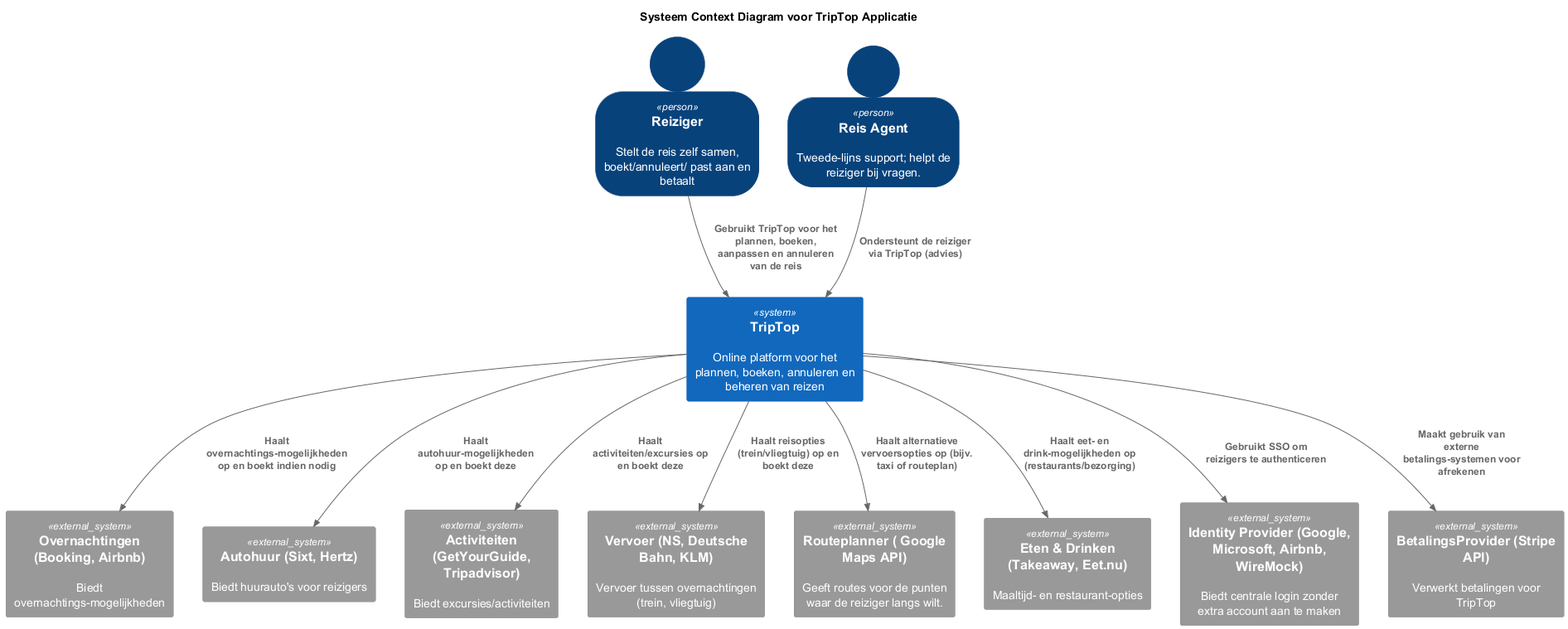
Before: software-guidebook/context-diagram.png, a diagram exported from PlantUML (AIM-ENE-feb25/triptop-asas).
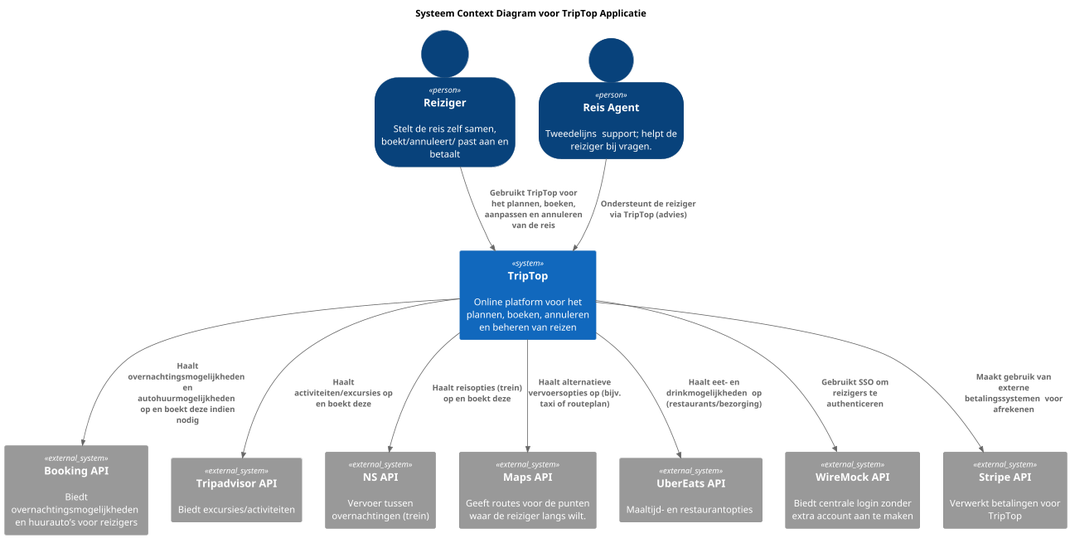
The same diagram one commit later.

Change to the diagram source:
```diff
@@ -7,22 +7,20 @@
 
 System(triptop, "TripTop", "Online platform voor het plannen, boeken, annuleren en beheren van reizen")
 
-System_Ext(overnachtingen, "Overnachtingen (Booking, Airbnb)", "Biedt overnachtings­mogelijkheden")
-System_Ext(autohuur, "Autohuur (Sixt, Hertz)", "Biedt huurauto's voor reizigers")
-System_Ext(activiteiten, "Activiteiten (GetYourGuide, Tripadvisor)", "Biedt excursies/activiteiten")
-System_Ext(vervoer1, "Vervoer (NS, Deutsche Bahn, KLM)", "Vervoer tussen overnachtingen (trein, vliegtuig)")
-System_Ext(vervoer2, "Routeplanner ( Google Maps API)", "Geeft routes voor de punten waar de reiziger langs wilt.")
-System_Ext(eten, "Eten & Drinken (Takeaway, Eet.nu)", "Maaltijd- en restaurant­opties")
+System_Ext(booking, "Booking API", "Biedt overnachtings­mogelijkheden en huurauto’s voor reizigers")
+System_Ext(activiteiten, "Tripadvisor API", "Biedt excursies/activiteiten")
+System_Ext(vervoer1, "NS API", "Vervoer tussen overnachtingen (trein)")
+System_Ext(vervoer2, "Maps API", "Geeft routes voor de punten waar de reiziger langs wilt.")
+System_Ext(eten, "UberEats API", "Maaltijd- en restaurant­opties")
 
-System_Ext(identity, "Identity Provider (Google, Microsoft, Airbnb, WireMock)", "Biedt centrale login zonder extra account aan te maken")
-System_Ext(payment, "BetalingsProvider (Stripe API)", "Verwerkt betalingen voor TripTop")
+System_Ext(identity, "WireMock API", "Biedt centrale login zonder extra account aan te maken")
+System_Ext(payment, "Stripe API", "Verwerkt betalingen voor TripTop")
 
 Rel(reiziger, triptop, "Gebruikt TripTop voor het plannen, boeken, aanpassen en annuleren van de reis")
 Rel(ondersteuner, triptop, "Ondersteunt de reiziger via TripTop (advies)")
-Rel(triptop, overnachtingen, "Haalt overnachtings­mogelijkheden op en boekt indien nodig")
-Rel(triptop, autohuur, "Haalt autohuur­mogelijkheden op en boekt deze")
+Rel(triptop, booking, "Haalt overnachtings­mogelijkheden en autohuur­mogelijkheden op en boekt deze indien nodig")
 Rel(triptop, activiteiten, "Haalt activiteiten/excursies op en boekt deze")
-Rel(triptop, vervoer1, "Haalt reisopties (trein/vliegtuig) op en boekt deze")
+Rel(triptop, vervoer1, "Haalt reisopties (trein) op en boekt deze")
 Rel(triptop, vervoer2, "Haalt alternatieve vervoersopties op (bijv. taxi of routeplan)")
 Rel(triptop, eten, "Haalt eet- en drink­mogelijkheden op (restaurants/bezorging)")
 
```
